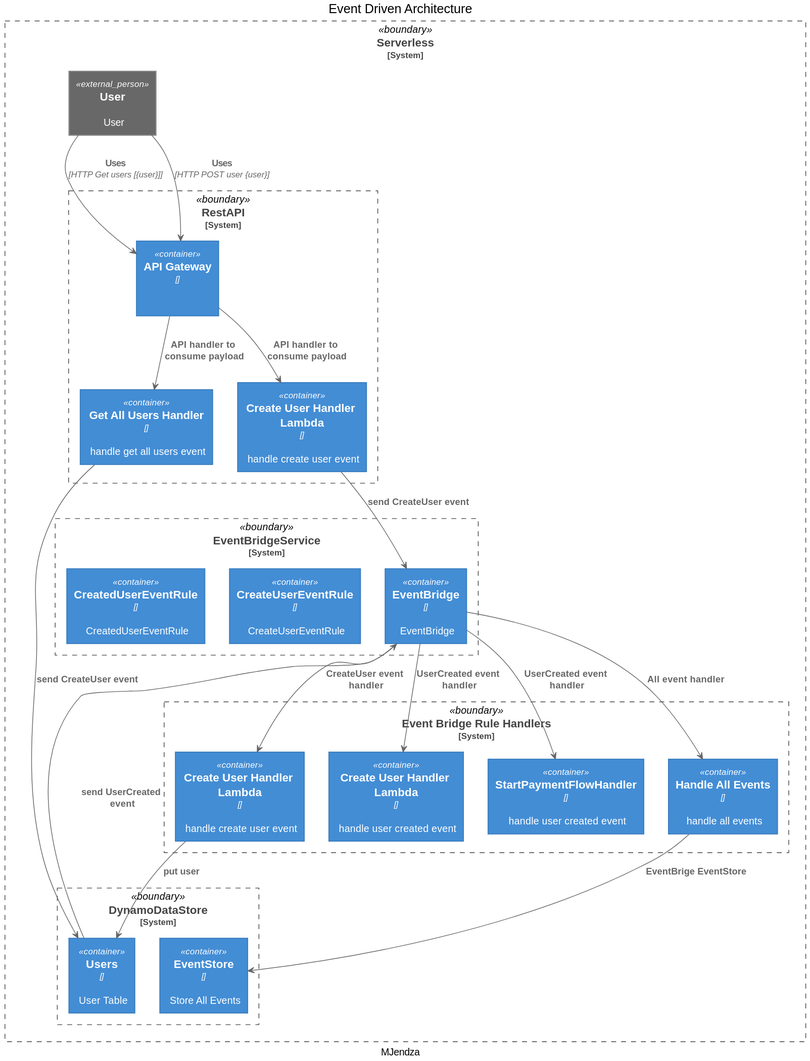
Above: doc/solution/Event_Driven_Architecture-Event_Driven_Architecture.svg in mjendza/aws-sandbox (PlantUML), before the change.
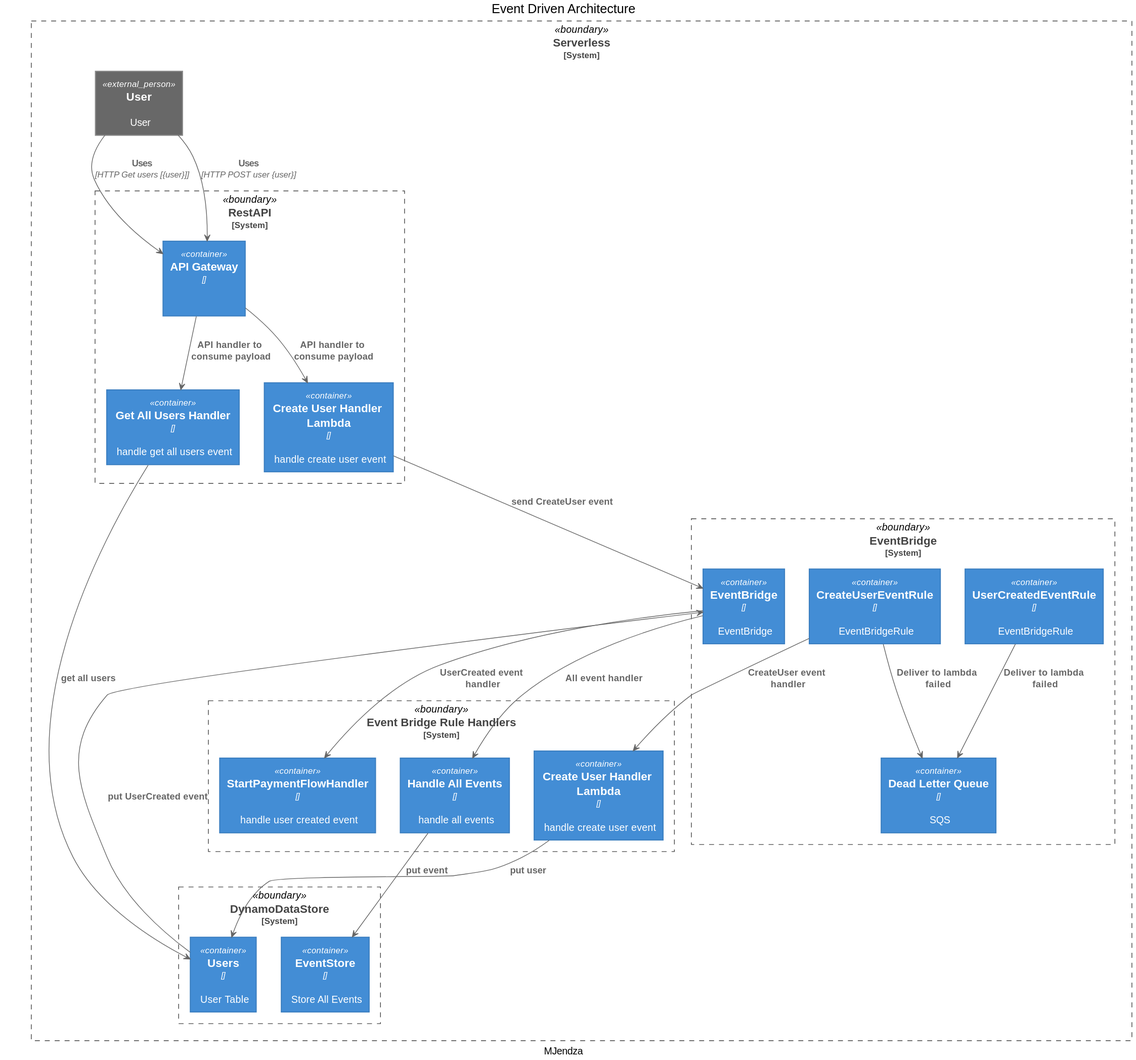
The same file after the commit.

Commit message:
use DLQ for async lambda

The edit, as a diff of the source:
```diff
@@ -15,7 +15,6 @@
    }
    System_Boundary(EventBridgeRuleHandlers, "Event Bridge Rule Handlers") {
            Container(LambdaCreateUserHandler, "Create User Handler Lambda", "", "handle create user event")
-           Container(LambdaUserCreatedHandler, "Create User Handler Lambda", "", "handle user created event")
            Container(StartPaymentFlowHandler, "StartPaymentFlowHandler", "", "handle user created event")
            Container(LambdaEventStoreHandler, "Handle All Events", "", "handle all events")
    }
@@ -26,27 +25,32 @@
         Container(Users, "Users", "", "User Table")
    }
 
-   System_Boundary(EventBridgeService, "EventBridgeService") {
+   System_Boundary(EventBridgeService, "EventBridge") {
         Container(EventBridge, "EventBridge", "", "EventBridge")
-        Container(CreateUserEventRule, "CreateUserEventRule", "", "CreateUserEventRule")
-        Container(CreatedUserEventRule, "CreatedUserEventRule", "", "CreatedUserEventRule")
+        Container(DLQ, "Dead Letter Queue", "", "SQS")
+        Container(CreateUserEventRule, "CreateUserEventRule", "", "EventBridgeRule")
+        Container(CreatedUserEventRule, "UserCreatedEventRule", "", "EventBridgeRule")
+
    }
 }
+
 Rel(EndUser, API, "Uses", "HTTP Get users [{user}]")
 Rel(API, LambdaRestGetUsersHandler, "API handler to consume payload")
-Rel(LambdaRestGetUsersHandler, Users, "send CreateUser event")
+Rel(LambdaRestGetUsersHandler, Users, "get all users")
 
 Rel(EndUser, API, "Uses", "HTTP POST user {user}")
 Rel(API, LambdaRestPostUserHandler, "API handler to consume payload")
 Rel(LambdaRestPostUserHandler, EventBridge, "send CreateUser event")
 
-Rel(EventBridge, LambdaCreateUserHandler, "CreateUser event handler")
+Rel(CreateUserEventRule, LambdaCreateUserHandler, "CreateUser event handler")
+Rel(CreateUserEventRule, DLQ, "Deliver to lambda failed")
+Rel(CreatedUserEventRule, DLQ, "Deliver to lambda failed")
+
 Rel(LambdaCreateUserHandler, Users, "put user")
 
-Rel(Users, EventBridge, "send UserCreated event")
+Rel(Users, EventBridge, "put UserCreated event")
 
 Rel(EventBridge, StartPaymentFlowHandler, "UserCreated event handler")
-Rel(EventBridge, LambdaUserCreatedHandler, "UserCreated event handler")
 Rel(EventBridge, LambdaEventStoreHandler, "All event handler")
-Rel(LambdaEventStoreHandler, EventStore, "EventBrige EventStore")
+Rel(LambdaEventStoreHandler, EventStore, "put event")
 @enduml
```
